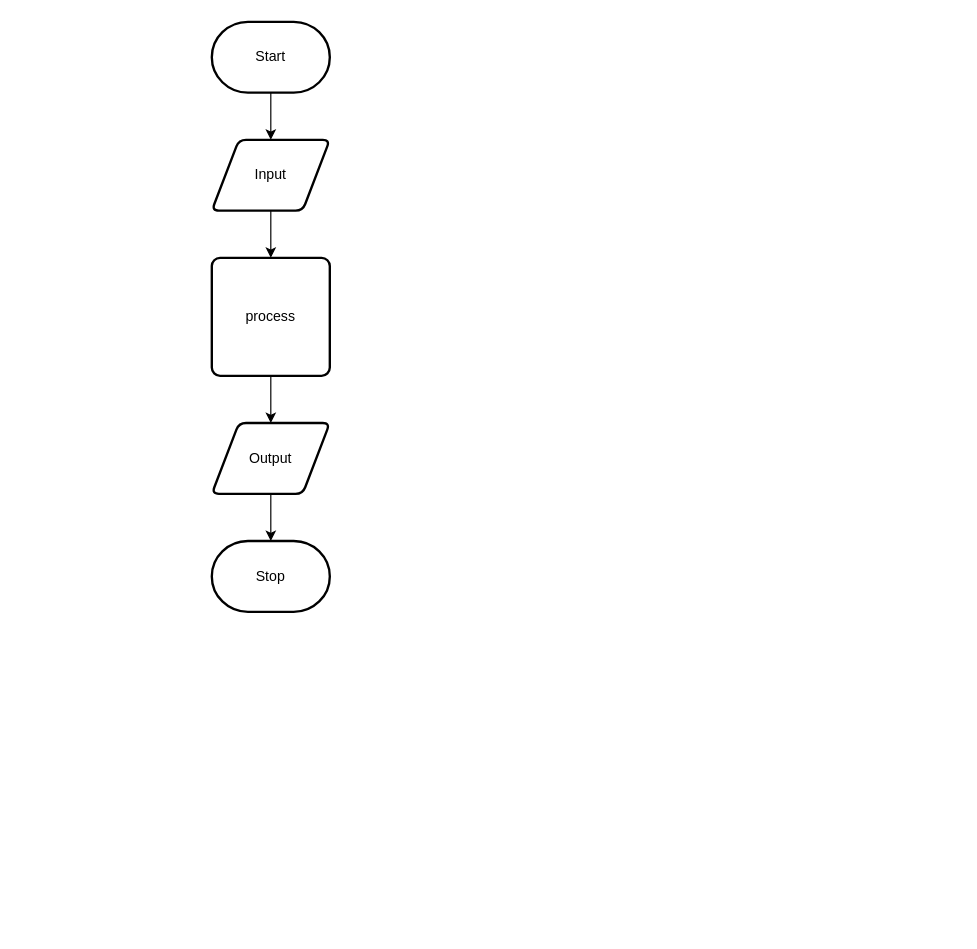
This is design/flow-chart.drawio from Claire-Bedrossian/ICS2O-Unit5-08-JS, a draw.io file, before an edit. Source tidied: cells renumbered, new cells numbered last; positions are measured from the earlier drawing's top-left corner, leaving out a move shared by most shapes. Both pictures are drawn from the tidied source at 118%, with x=0, y=0 at pixel (211, 21).
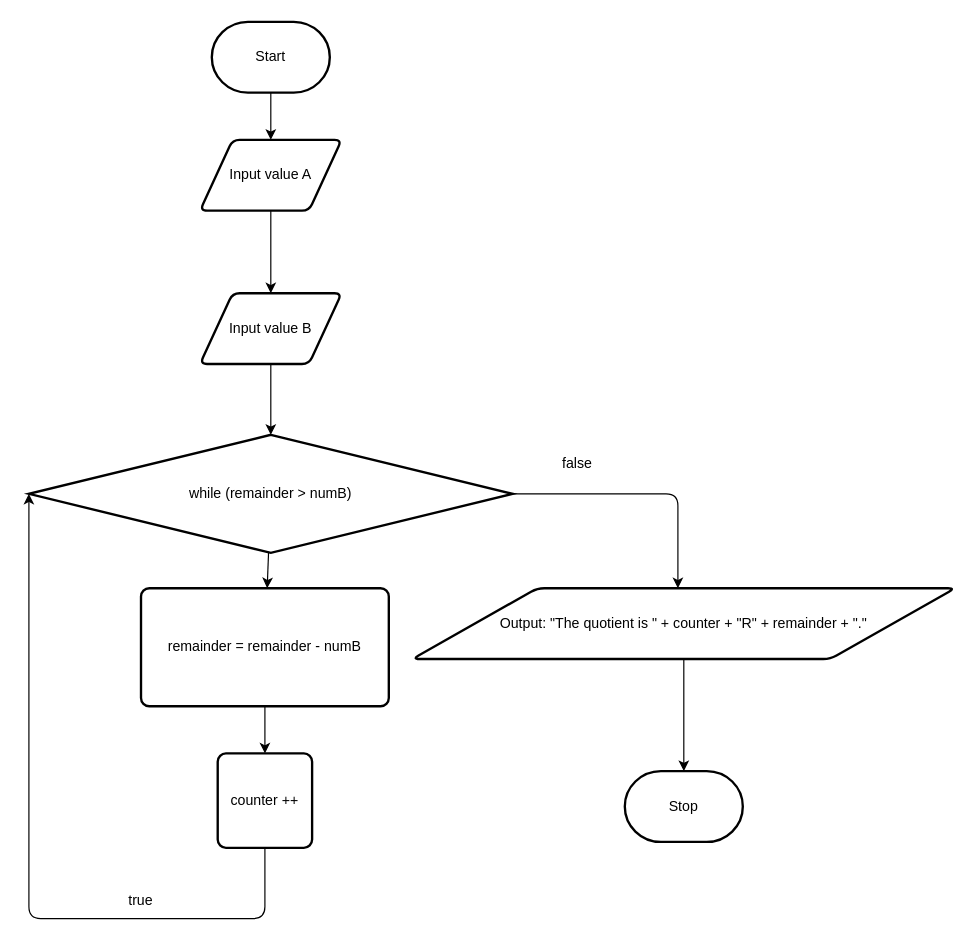
Above is the later version.

Diff of the diagram source:
```diff
@@
-    <mxCell id="4" style="edgeStyle=none;html=1;" parent="1" edge="1" source="5" target="7">
-      <mxGeometry relative="1" as="geometry" />
-    </mxCell>
+    <mxCell id="11" style="edgeStyle=none;html=1;" parent="1" edge="1" source="5" target="13">
+      <mxGeometry relative="1" as="geometry" />
+    </mxCell>
-    <mxCell id="5" value="Input" style="shape=parallelogram;html=1;strokeWidth=2;perimeter=parallelogramPerimeter;whiteSpace=wrap;rounded=1;arcSize=12;size=0.23;" parent="1" vertex="1">
-      <mxGeometry y="100" width="100" height="60" as="geometry" />
+    <mxCell id="5" value="Input value A" style="shape=parallelogram;html=1;strokeWidth=2;perimeter=parallelogramPerimeter;whiteSpace=wrap;rounded=1;arcSize=12;size=0.23;" parent="1" vertex="1">
+      <mxGeometry x="-10" y="100" width="120" height="60" as="geometry" />
     </mxCell>
-    <mxCell id="6" style="edgeStyle=none;html=1;" parent="1" edge="1" source="7" target="9">
-      <mxGeometry relative="1" as="geometry" />
-    </mxCell>
-    <mxCell id="7" value="process" style="rounded=1;whiteSpace=wrap;html=1;absoluteArcSize=1;arcSize=14;strokeWidth=2;" parent="1" vertex="1">
-      <mxGeometry y="200" width="100" height="100" as="geometry" />
-    </mxCell>
-    <mxCell id="8" style="edgeStyle=none;html=1;" parent="1" edge="1" source="9" target="10">
-      <mxGeometry relative="1" as="geometry" />
-    </mxCell>
-    <mxCell id="9" value="Output" style="shape=parallelogram;html=1;strokeWidth=2;perimeter=parallelogramPerimeter;whiteSpace=wrap;rounded=1;arcSize=12;size=0.23;" parent="1" vertex="1">
-      <mxGeometry y="340" width="100" height="60" as="geometry" />
-    </mxCell>
+    <mxCell id="12" style="edgeStyle=none;html=1;entryX=0.5;entryY=0;entryDx=0;entryDy=0;entryPerimeter=0;" parent="1" edge="1" source="13" target="16">
+      <mxGeometry relative="1" as="geometry" />
+    </mxCell>
+    <mxCell id="13" value="Input value B" style="shape=parallelogram;html=1;strokeWidth=2;perimeter=parallelogramPerimeter;whiteSpace=wrap;rounded=1;arcSize=12;size=0.23;" parent="1" vertex="1">
+      <mxGeometry x="-10" y="230" width="120" height="60" as="geometry" />
+    </mxCell>
+    <mxCell id="14" style="edgeStyle=none;html=1;" parent="1" edge="1" source="16" target="18">
+      <mxGeometry relative="1" as="geometry" />
+    </mxCell>
+    <mxCell id="15" style="edgeStyle=none;html=1;entryX=0.5;entryY=0;entryDx=0;entryDy=0;entryPerimeter=0;exitX=1;exitY=0.5;exitDx=0;exitDy=0;exitPerimeter=0;" parent="1" edge="1" source="16">
+      <mxGeometry relative="1" as="geometry">
+        <mxPoint x="395" y="480" as="targetPoint" />
+        <Array as="points">
+          <mxPoint x="395" y="400" />
+        </Array>
+      </mxGeometry>
+    </mxCell>
+    <mxCell id="16" value="while (remainder &amp;gt; numB)" style="strokeWidth=2;html=1;shape=mxgraph.flowchart.decision;whiteSpace=wrap;" parent="1" vertex="1">
+      <mxGeometry x="-155" y="350" width="410" height="100" as="geometry" />
+    </mxCell>
+    <mxCell id="17" style="edgeStyle=none;html=1;entryX=0.5;entryY=0;entryDx=0;entryDy=0;" parent="1" edge="1" source="18" target="20">
+      <mxGeometry relative="1" as="geometry" />
+    </mxCell>
+    <mxCell id="18" value="remainder = remainder - numB" style="rounded=1;whiteSpace=wrap;html=1;absoluteArcSize=1;arcSize=14;strokeWidth=2;" parent="1" vertex="1">
+      <mxGeometry x="-60" y="480" width="210" height="100" as="geometry" />
+    </mxCell>
+    <mxCell id="19" style="edgeStyle=none;html=1;entryX=0;entryY=0.5;entryDx=0;entryDy=0;entryPerimeter=0;" parent="1" edge="1" source="20" target="16">
+      <mxGeometry relative="1" as="geometry">
+        <Array as="points">
+          <mxPoint x="45" y="760" />
+          <mxPoint x="-155" y="760" />
+        </Array>
+      </mxGeometry>
+    </mxCell>
+    <mxCell id="20" value="counter ++" style="rounded=1;whiteSpace=wrap;html=1;absoluteArcSize=1;arcSize=14;strokeWidth=2;" parent="1" vertex="1">
+      <mxGeometry x="5" y="620" width="80" height="80" as="geometry" />
+    </mxCell>
+    <mxCell id="21" style="edgeStyle=none;html=1;entryX=0.5;entryY=0;entryDx=0;entryDy=0;entryPerimeter=0;exitX=0.5;exitY=1;exitDx=0;exitDy=0;" parent="1" edge="1" source="25" target="10">
+      <mxGeometry relative="1" as="geometry" />
+    </mxCell>
+    <mxCell id="22" style="edgeStyle=none;html=1;exitX=0.5;exitY=1;exitDx=0;exitDy=0;exitPerimeter=0;entryX=0.25;entryY=1;entryDx=0;entryDy=0;" parent="1" edge="1" source="10">
+      <mxGeometry relative="1" as="geometry">
+        <mxPoint x="415" y="680" as="targetPoint" />
+      </mxGeometry>
+    </mxCell>
     <mxCell id="10" value="Stop" style="strokeWidth=2;html=1;shape=mxgraph.flowchart.terminator;whiteSpace=wrap;" parent="1" vertex="1">
-      <mxGeometry y="440" width="100" height="60" as="geometry" />
+      <mxGeometry x="350" y="635" width="100" height="60" as="geometry" />
     </mxCell>
+    <mxCell id="23" value="false" style="text;html=1;strokeColor=none;fillColor=none;align=center;verticalAlign=middle;whiteSpace=wrap;rounded=0;" parent="1" vertex="1">
+      <mxGeometry x="280" y="360" width="60" height="30" as="geometry" />
+    </mxCell>
+    <mxCell id="24" value="true" style="text;html=1;strokeColor=none;fillColor=none;align=center;verticalAlign=middle;whiteSpace=wrap;rounded=0;" parent="1" vertex="1">
+      <mxGeometry x="-90" y="730" width="60" height="30" as="geometry" />
+    </mxCell>
+    <mxCell id="25" value="Output: &quot;The quotient is &quot; + counter + &quot;R&quot; + remainder + &quot;.&quot;" style="shape=parallelogram;html=1;strokeWidth=2;perimeter=parallelogramPerimeter;whiteSpace=wrap;rounded=1;arcSize=12;size=0.23;" parent="1" vertex="1">
+      <mxGeometry x="170" y="480" width="460" height="60" as="geometry" />
+    </mxCell>
```
